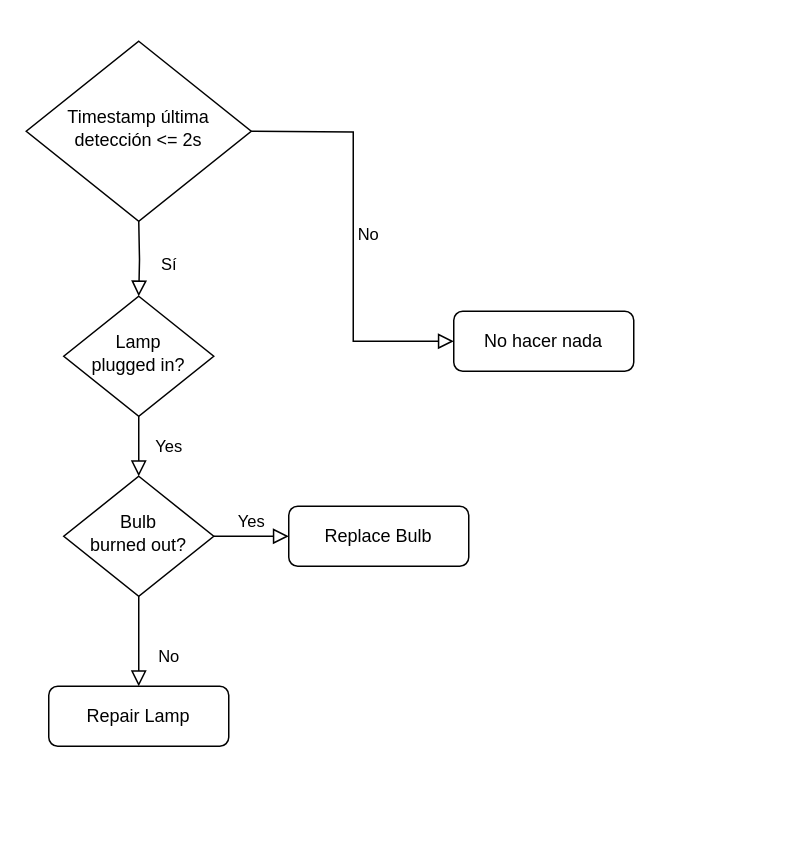
Earlier version of the draw.io diagram diagrams/algorithm_darknetros/flowchart.drawio (fgonzalezr1998/tfg_src). Source tidied: cells renumbered, new cells numbered last; positions are measured from the earlier drawing's top-left corner, leaving out a move shared by most shapes. Both pictures are drawn from the tidied source at 150%, with x=0, y=0 at pixel (26, 40).
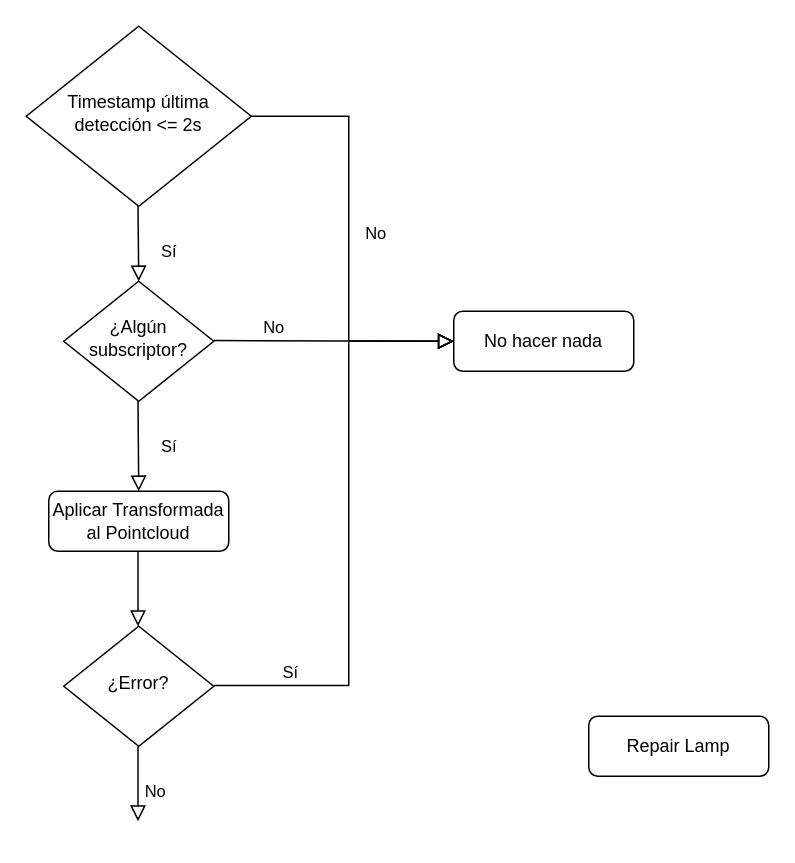
The same page after the edit.

The change refers to these unchanged cells:
```xml
<mxCell id="5" value="No hacer nada" style="rounded=1;whiteSpace=wrap;html=1;fontSize=12;glass=0;strokeWidth=1;shadow=0;" parent="1" vertex="1">
  <mxGeometry x="285" y="180" width="120" height="40" as="geometry" />
</mxCell>
```

The edit, as a diff of the source:
```diff
@@
-    <mxCell id="2" value="Sí" style="rounded=0;html=1;jettySize=auto;fontSize=11;endArrow=block;endFill=0;endSize=8;strokeWidth=1;shadow=0;labelBackgroundColor=none;edgeStyle=orthogonalEdgeStyle;" parent="1" edge="1" target="4">
+    <mxCell id="2" value="Sí" style="rounded=0;html=1;jettySize=auto;fontSize=11;endArrow=block;endFill=0;endSize=8;strokeWidth=1;shadow=0;labelBackgroundColor=none;edgeStyle=orthogonalEdgeStyle;entryX=0.5;entryY=0;entryDx=0;entryDy=0;" parent="1" edge="1" target="4">
       <mxGeometry x="0.2" y="20" relative="1" as="geometry">
-        <mxPoint x="75" y="120" as="sourcePoint" />
+        <mxPoint x="74.5" y="110" as="sourcePoint" />
       </mxGeometry>
     </mxCell>
-    <mxCell id="3" value="Yes" style="rounded=0;html=1;jettySize=auto;fontSize=11;endArrow=block;endFill=0;endSize=8;strokeWidth=1;shadow=0;labelBackgroundColor=none;edgeStyle=orthogonalEdgeStyle;" parent="1" edge="1" source="4" target="8">
-      <mxGeometry y="20" relative="1" as="geometry" />
-    </mxCell>
-    <mxCell id="4" value="Lamp&lt;br&gt;plugged in?" style="rhombus;whiteSpace=wrap;html=1;shadow=0;fontFamily=Helvetica;fontSize=12;align=center;strokeWidth=1;spacing=6;spacingTop=-4;" parent="1" vertex="1">
-      <mxGeometry x="25" y="170" width="100" height="80" as="geometry" />
+    <mxCell id="4" value="¿Algún subscriptor?" style="rhombus;whiteSpace=wrap;html=1;shadow=0;fontFamily=Helvetica;fontSize=12;align=center;strokeWidth=1;spacing=6;spacingTop=-4;" parent="1" vertex="1">
+      <mxGeometry x="25" y="160" width="100" height="80" as="geometry" />
     </mxCell>
@@
-    <mxCell id="6" value="No" style="rounded=0;html=1;jettySize=auto;fontSize=11;endArrow=block;endFill=0;endSize=8;strokeWidth=1;shadow=0;labelBackgroundColor=none;edgeStyle=orthogonalEdgeStyle;" parent="1" edge="1" source="8" target="9">
-      <mxGeometry x="0.33" y="20" relative="1" as="geometry" />
-    </mxCell>
-    <mxCell id="7" value="Yes" style="edgeStyle=orthogonalEdgeStyle;rounded=0;html=1;jettySize=auto;fontSize=11;endArrow=block;endFill=0;endSize=8;strokeWidth=1;shadow=0;labelBackgroundColor=none;" parent="1" edge="1" source="8" target="10">
-      <mxGeometry y="10" relative="1" as="geometry" />
-    </mxCell>
-    <mxCell id="8" value="Bulb&lt;br&gt;burned out?" style="rhombus;whiteSpace=wrap;html=1;shadow=0;fontFamily=Helvetica;fontSize=12;align=center;strokeWidth=1;spacing=6;spacingTop=-4;" parent="1" vertex="1">
-      <mxGeometry x="25" y="290" width="100" height="80" as="geometry" />
-    </mxCell>
     <mxCell id="9" value="Repair Lamp" style="rounded=1;whiteSpace=wrap;html=1;fontSize=12;glass=0;strokeWidth=1;shadow=0;" parent="1" vertex="1">
-      <mxGeometry x="15" y="430" width="120" height="40" as="geometry" />
+      <mxGeometry x="375" y="450" width="120" height="40" as="geometry" />
     </mxCell>
-    <mxCell id="10" value="Replace Bulb" style="rounded=1;whiteSpace=wrap;html=1;fontSize=12;glass=0;strokeWidth=1;shadow=0;" parent="1" vertex="1">
-      <mxGeometry x="175" y="310" width="120" height="40" as="geometry" />
-    </mxCell>
     <mxCell id="11" value="Timestamp última detección &amp;lt;= 2s" style="rhombus;whiteSpace=wrap;html=1;shadow=0;fontFamily=Helvetica;fontSize=12;align=center;strokeWidth=1;spacing=6;spacingTop=-4;" parent="1" vertex="1">
-      <mxGeometry width="150" height="120" as="geometry" />
+      <mxGeometry y="-10" width="150" height="120" as="geometry" />
     </mxCell>
     <mxCell id="12" value="No" style="edgeStyle=orthogonalEdgeStyle;rounded=0;html=1;jettySize=auto;fontSize=11;endArrow=block;endFill=0;endSize=8;strokeWidth=1;shadow=0;labelBackgroundColor=none;entryX=0;entryY=0.5;entryDx=0;entryDy=0;" parent="1" edge="1" target="5">
-      <mxGeometry y="10" relative="1" as="geometry">
-        <mxPoint x="150" y="60" as="sourcePoint" />
+      <mxGeometry x="-0.5" y="10" relative="1" as="geometry">
+        <mxPoint x="125" y="199.5" as="sourcePoint" />
+        <mxPoint y="1" as="offset" />
       </mxGeometry>
     </mxCell>
+    <mxCell id="13" value="Aplicar Transformada al Pointcloud" style="rounded=1;whiteSpace=wrap;html=1;fontSize=12;glass=0;strokeWidth=1;shadow=0;" parent="1" vertex="1">
+      <mxGeometry x="15" y="300" width="120" height="40" as="geometry" />
+    </mxCell>
+    <mxCell id="14" value="¿Error?" style="rhombus;whiteSpace=wrap;html=1;shadow=0;fontFamily=Helvetica;fontSize=12;align=center;strokeWidth=1;spacing=6;spacingTop=-4;" parent="1" vertex="1">
+      <mxGeometry x="25" y="390" width="100" height="80" as="geometry" />
+    </mxCell>
+    <mxCell id="15" style="rounded=0;html=1;jettySize=auto;orthogonalLoop=1;fontSize=11;endArrow=block;endFill=0;endSize=8;strokeWidth=1;shadow=0;labelBackgroundColor=none;edgeStyle=orthogonalEdgeStyle;" parent="1" edge="1">
+      <mxGeometry x="0.6" y="71" relative="1" as="geometry">
+        <mxPoint x="74.5" y="340" as="sourcePoint" />
+        <mxPoint x="74.5" y="390" as="targetPoint" />
+      </mxGeometry>
+    </mxCell>
+    <mxCell id="16" value="No" style="edgeStyle=orthogonalEdgeStyle;rounded=0;html=1;jettySize=auto;fontSize=11;endArrow=block;endFill=0;endSize=8;strokeWidth=1;shadow=0;labelBackgroundColor=none;entryX=0;entryY=0.5;entryDx=0;entryDy=0;exitX=1;exitY=0.5;exitDx=0;exitDy=0;" parent="1" edge="1" source="11" target="5">
+      <mxGeometry y="18" relative="1" as="geometry">
+        <Array as="points">
+          <mxPoint x="215" y="50" />
+          <mxPoint x="215" y="200" />
+        </Array>
+      </mxGeometry>
+    </mxCell>
+    <mxCell id="17" value="&lt;div&gt;Sí&lt;/div&gt;" style="rounded=0;html=1;jettySize=auto;fontSize=11;endArrow=block;endFill=0;endSize=8;strokeWidth=1;shadow=0;labelBackgroundColor=none;edgeStyle=orthogonalEdgeStyle;entryX=0.5;entryY=0;entryDx=0;entryDy=0;" parent="1" edge="1" target="13">
+      <mxGeometry x="0.01" y="20" relative="1" as="geometry">
+        <mxPoint x="74.5" y="240" as="sourcePoint" />
+      </mxGeometry>
+    </mxCell>
+    <mxCell id="18" value="Sí" style="edgeStyle=orthogonalEdgeStyle;rounded=0;html=1;jettySize=auto;fontSize=11;endArrow=block;endFill=0;endSize=8;strokeWidth=1;shadow=0;labelBackgroundColor=none;entryX=0;entryY=0.5;entryDx=0;entryDy=0;" parent="1" edge="1" target="5">
+      <mxGeometry x="-0.74" y="10" relative="1" as="geometry">
+        <mxPoint x="125" y="429.5" as="sourcePoint" />
+        <Array as="points">
+          <mxPoint x="215" y="430" />
+          <mxPoint x="215" y="200" />
+        </Array>
+        <mxPoint y="1" as="offset" />
+      </mxGeometry>
+    </mxCell>
+    <mxCell id="6" value="No" style="rounded=0;html=1;jettySize=auto;orthogonalLoop=1;fontSize=11;endArrow=block;endFill=0;endSize=8;strokeWidth=1;shadow=0;labelBackgroundColor=none;edgeStyle=orthogonalEdgeStyle;" parent="1" edge="1">
+      <mxGeometry x="0.2" y="11" relative="1" as="geometry">
+        <mxPoint x="74.5" y="470" as="sourcePoint" />
+        <mxPoint x="74.5" y="520" as="targetPoint" />
+      </mxGeometry>
+    </mxCell>
```
